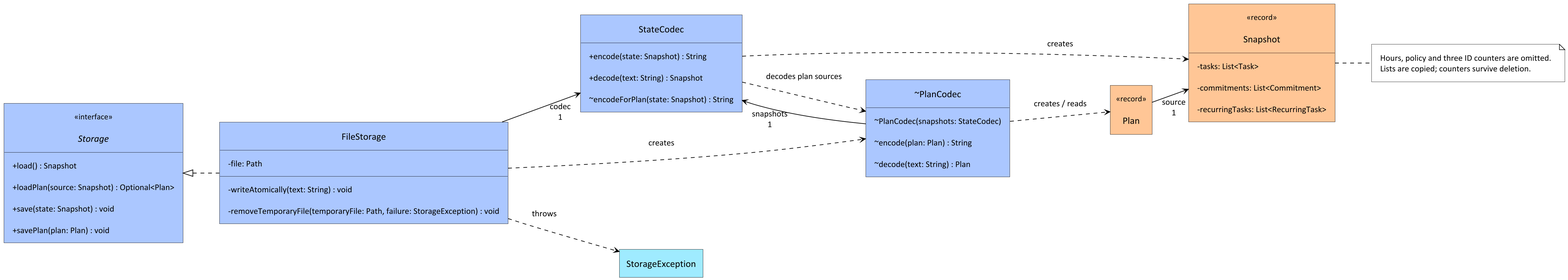
Earlier version of the PlantUML export docs/images/ernest-storage-classes.png (AY2627S1-CS2113-T10-1/tp). Its source is kept beside it as docs/diagrams/ernest-storage-classes.puml. Its diagram source:
```plantuml
@startuml
!include course-style.puml
left to right direction
hide empty members

interface Storage <<interface>> PERSISTENCE {
    + load() : Snapshot
    + loadPlan(source: Snapshot) : Optional<Plan>
    + save(state: Snapshot) : void
    + savePlan(plan: Plan) : void
}
class FileStorage PERSISTENCE {
    - file: Path
    - writeAtomically(text: String) : void
    - removeTemporaryFile(temporaryFile: Path, failure: StorageException) : void
}
class StateCodec PERSISTENCE {
    + encode(state: Snapshot) : String
    + decode(text: String) : Snapshot
    ~ encodeForPlan(state: Snapshot) : String
}
class "~PlanCodec" as PlanCodec PERSISTENCE {
    ~ PlanCodec(snapshots: StateCodec)
    ~ encode(plan: Plan) : String
    ~ decode(text: String) : Plan
}
class StorageException PARSING
class Snapshot <<record>> VALUES {
    - tasks: List<Task>
    - commitments: List<Commitment>
    - recurringTasks: List<RecurringTask>
}
class Plan <<record>> VALUES

Storage <|.. FileStorage
FileStorage --> "codec\n1" StateCodec
FileStorage ..> PlanCodec : creates
PlanCodec --> "snapshots\n1" StateCodec
StateCodec ..> PlanCodec : decodes plan sources
StateCodec ..> Snapshot : creates
PlanCodec ..> Plan : creates / reads
FileStorage ..> StorageException : throws
Plan --> "source\n1" Snapshot

note as SnapshotNote
  Hours, policy and three ID counters are omitted.
  Lists are copied; counters survive deletion.
end note
Snapshot .. SnapshotNote
@enduml
```
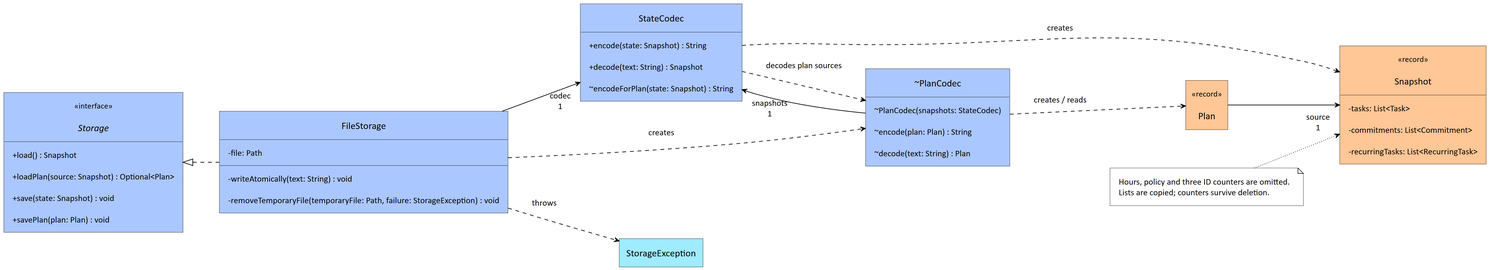
After the commit.

Change to the diagram source:
```diff
@@ -46,5 +46,5 @@
   Hours, policy and three ID counters are omitted.
   Lists are copied; counters survive deletion.
 end note
-Snapshot .. SnapshotNote
+SnapshotNote -[dotted]-> Snapshot
 @enduml
```
